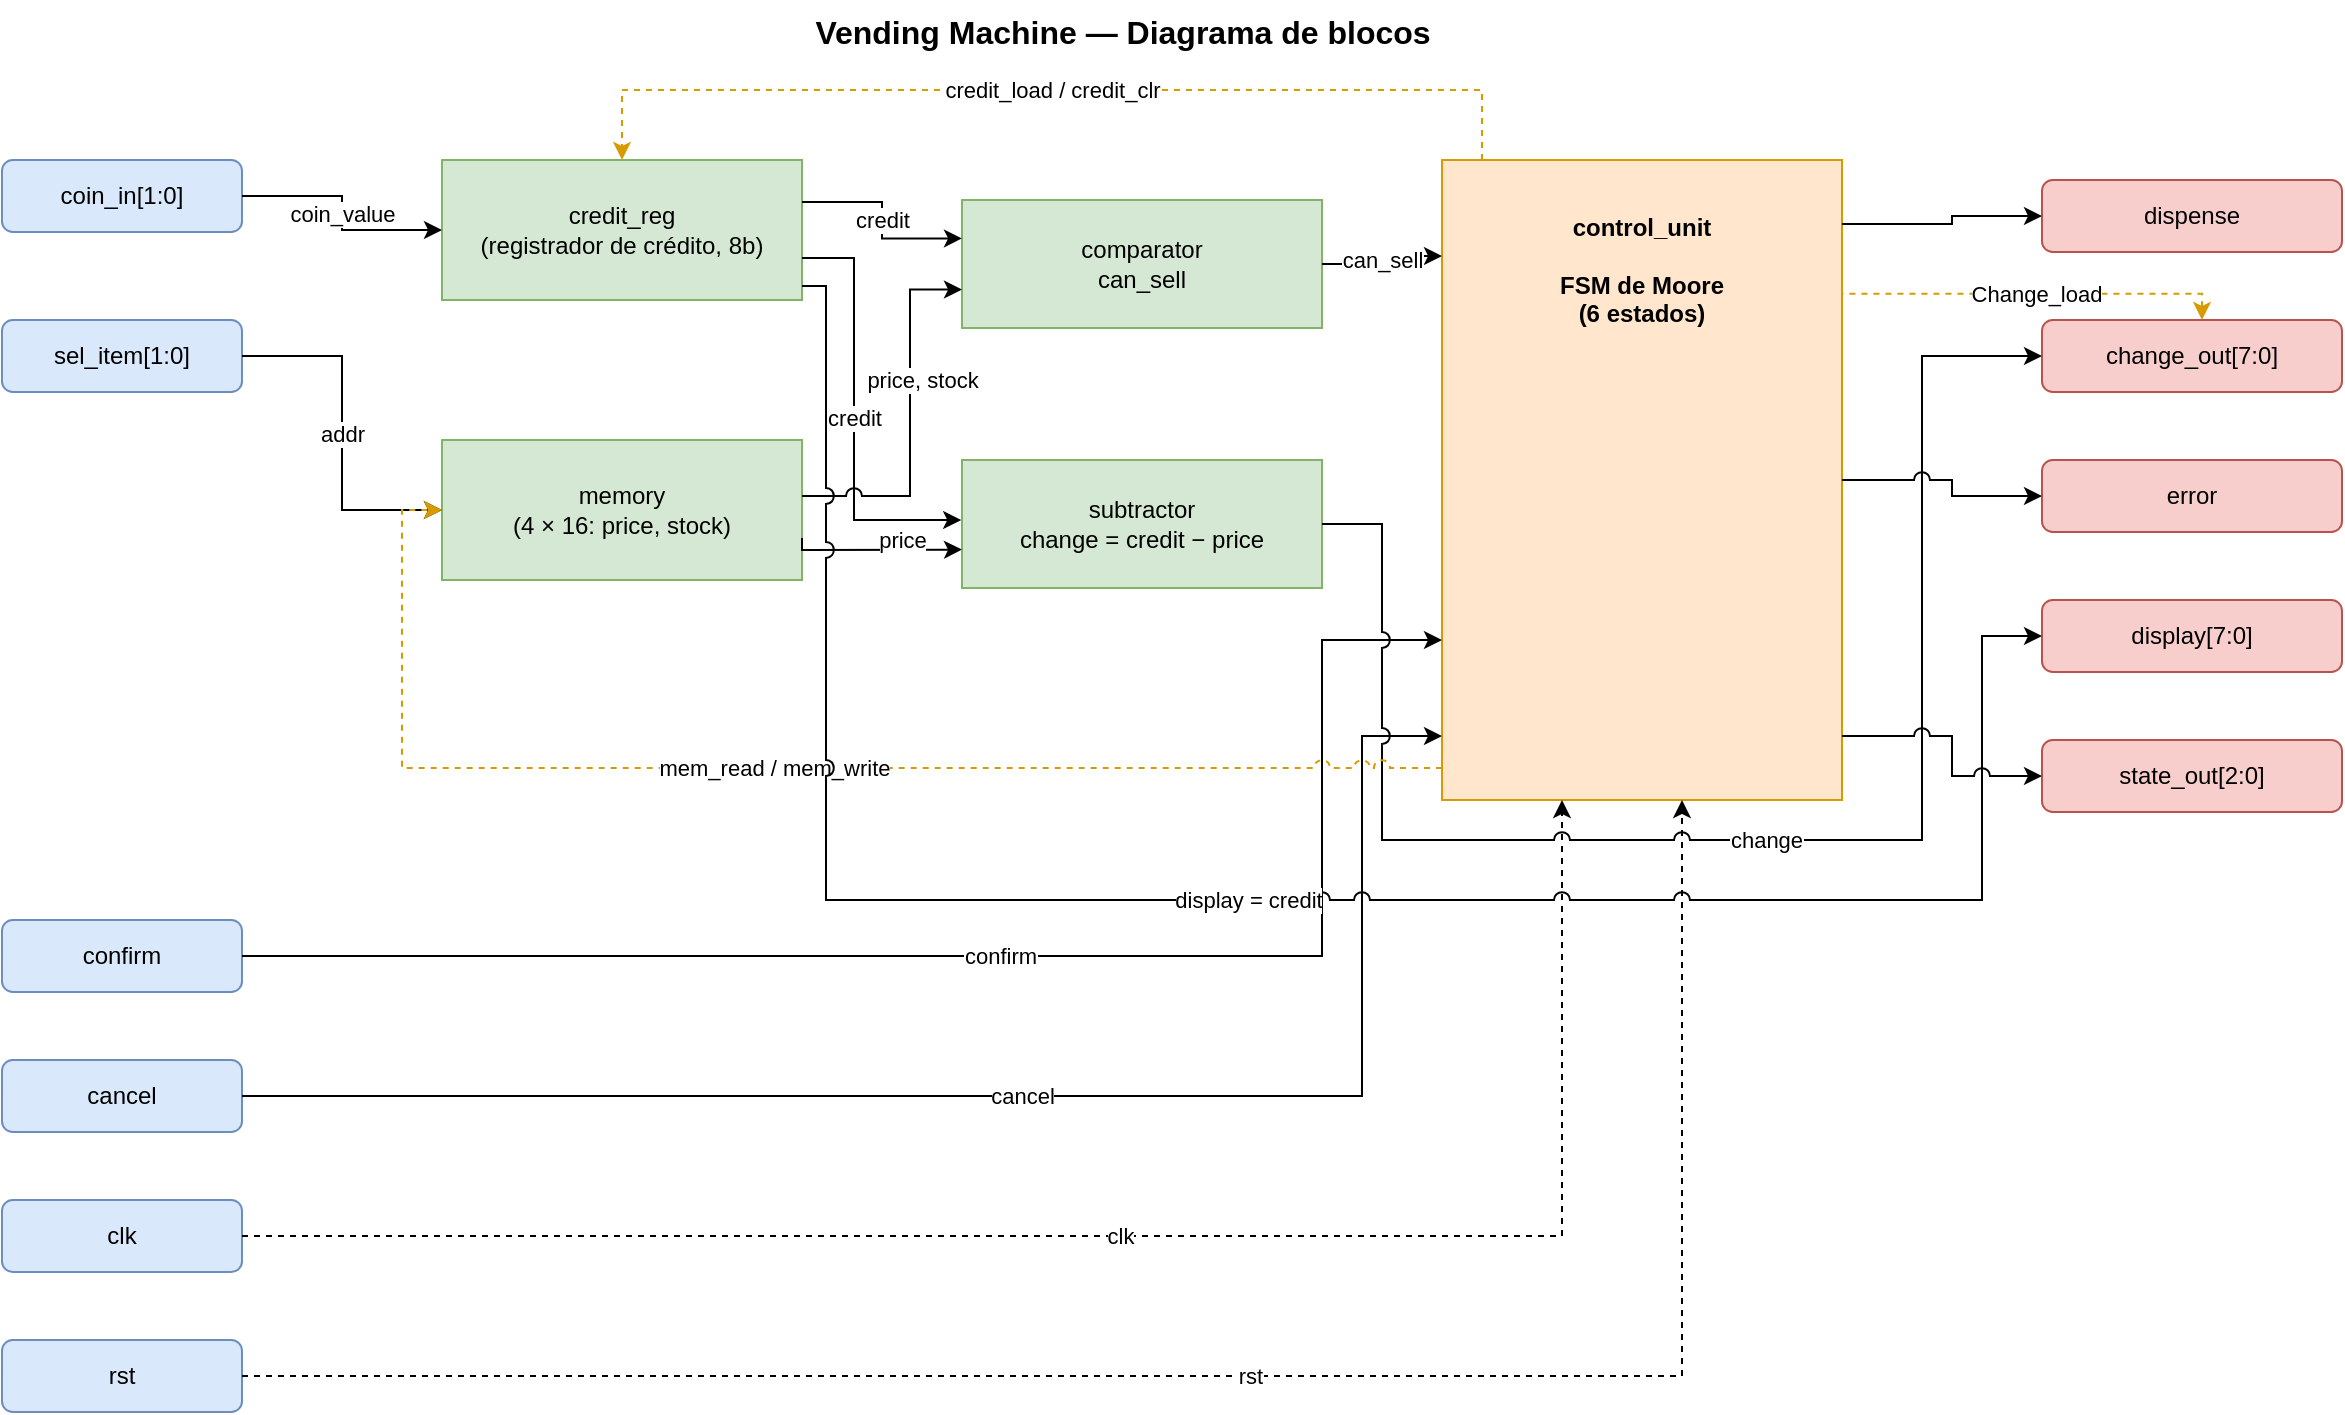
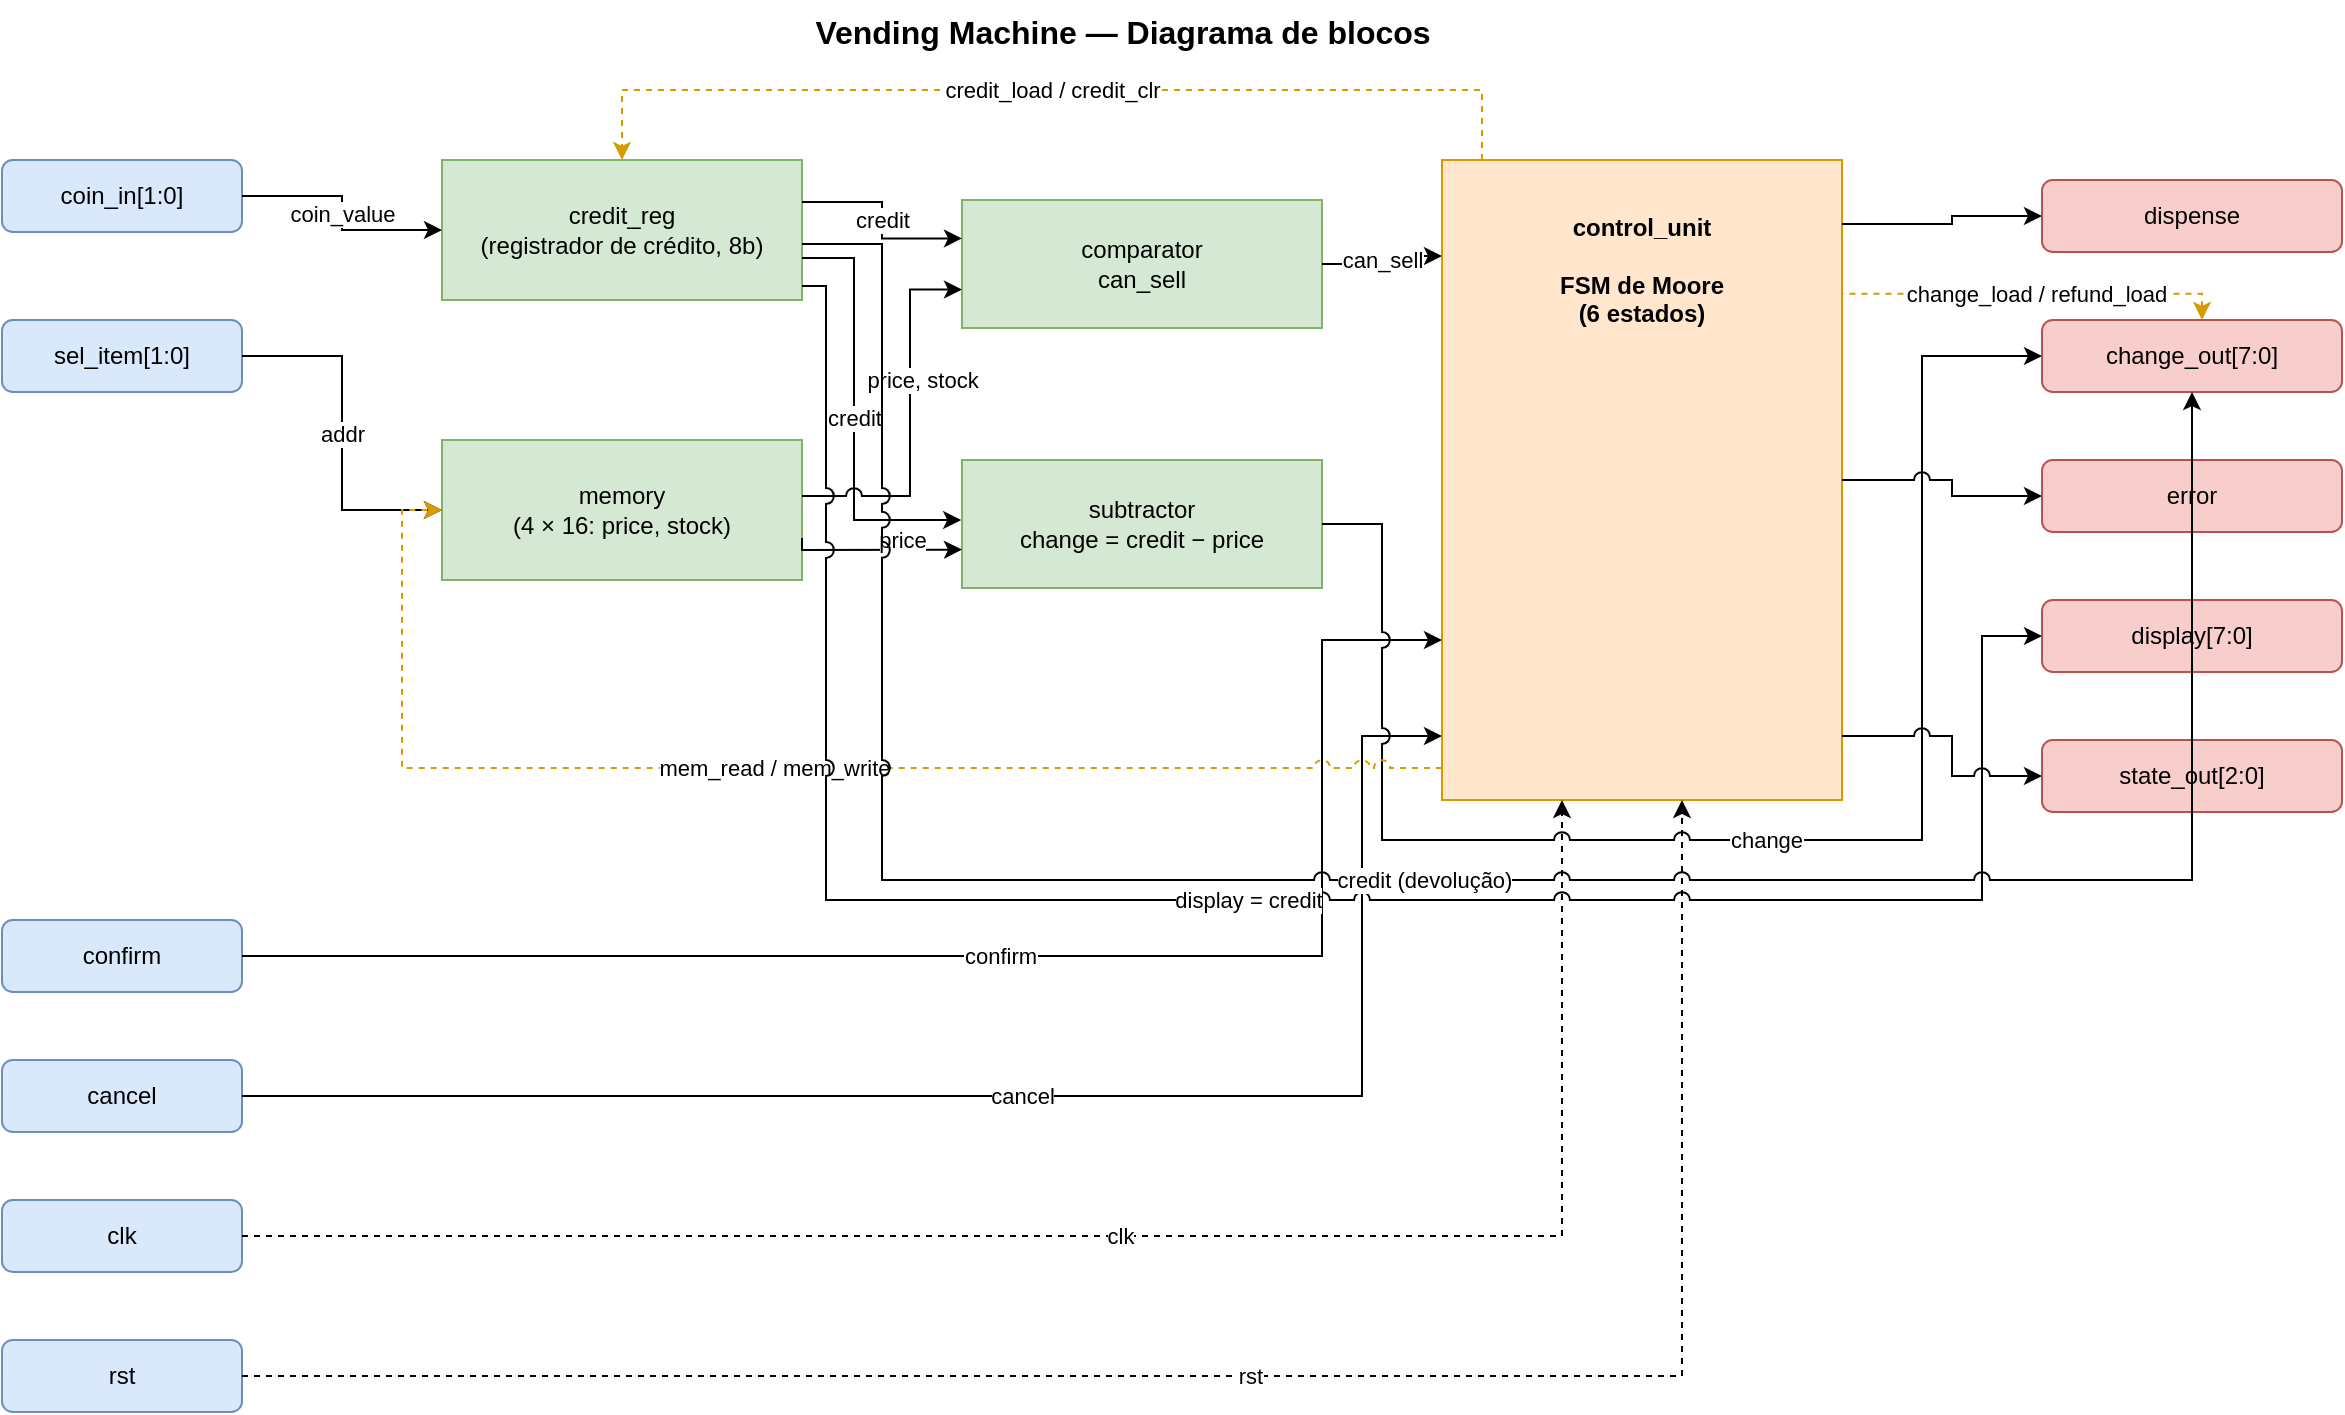
<mxfile host="app.diagrams.net">
  <diagram name="Diagrama de blocos" id="blocos-vending">
    <mxGraphModel dx="1884" dy="799" grid="1" gridSize="10" guides="1" tooltips="1" connect="1" arrows="1" fold="1" page="1" pageScale="1" pageWidth="1300" pageHeight="760" math="0" shadow="0">
      <root>
        <mxCell id="0" />
        <mxCell id="1" parent="0" />
        <mxCell id="title" parent="1" style="text;html=1;align=center;fontStyle=1;fontSize=16;" value="Vending Machine — Diagrama de blocos" vertex="1">
          <mxGeometry height="30" width="440" x="380" y="10" as="geometry" />
        </mxCell>
        <mxCell id="in_coin" parent="1" style="rounded=1;whiteSpace=wrap;html=1;fillColor=#dae8fc;strokeColor=#6c8ebf;" value="coin_in[1:0]" vertex="1">
          <mxGeometry height="36" width="120" x="40" y="90" as="geometry" />
        </mxCell>
        <mxCell id="in_sel" parent="1" style="rounded=1;whiteSpace=wrap;html=1;fillColor=#dae8fc;strokeColor=#6c8ebf;" value="sel_item[1:0]" vertex="1">
          <mxGeometry height="36" width="120" x="40" y="170" as="geometry" />
        </mxCell>
        <mxCell id="in_confirm" parent="1" style="rounded=1;whiteSpace=wrap;html=1;fillColor=#dae8fc;strokeColor=#6c8ebf;" value="confirm" vertex="1">
          <mxGeometry height="36" width="120" x="40" y="470" as="geometry" />
        </mxCell>
        <mxCell id="in_cancel" parent="1" style="rounded=1;whiteSpace=wrap;html=1;fillColor=#dae8fc;strokeColor=#6c8ebf;" value="cancel" vertex="1">
          <mxGeometry height="36" width="120" x="40" y="540" as="geometry" />
        </mxCell>
        <mxCell id="in_clk" parent="1" style="rounded=1;whiteSpace=wrap;html=1;fillColor=#dae8fc;strokeColor=#6c8ebf;" value="clk" vertex="1">
          <mxGeometry height="36" width="120" x="40" y="610" as="geometry" />
        </mxCell>
        <mxCell id="in_rst" parent="1" style="rounded=1;whiteSpace=wrap;html=1;fillColor=#dae8fc;strokeColor=#6c8ebf;" value="rst" vertex="1">
          <mxGeometry height="36" width="120" x="40" y="680" as="geometry" />
        </mxCell>
        <mxCell id="b_credit" parent="1" style="rounded=0;whiteSpace=wrap;html=1;fillColor=#d5e8d4;strokeColor=#82b366;" value="credit_reg&#xa;(registrador de crédito, 8b)" vertex="1">
          <mxGeometry height="70" width="180" x="260" y="90" as="geometry" />
        </mxCell>
        <mxCell id="b_mem" parent="1" style="rounded=0;whiteSpace=wrap;html=1;fillColor=#d5e8d4;strokeColor=#82b366;" value="memory&#xa;(4 × 16: price, stock)" vertex="1">
          <mxGeometry height="70" width="180" x="260" y="230" as="geometry" />
        </mxCell>
        <mxCell id="b_cmp" parent="1" style="rounded=0;whiteSpace=wrap;html=1;fillColor=#d5e8d4;strokeColor=#82b366;" value="comparator&#xa;can_sell" vertex="1">
          <mxGeometry height="64" width="180" x="520" y="110" as="geometry" />
        </mxCell>
        <mxCell id="b_sub" parent="1" style="rounded=0;whiteSpace=wrap;html=1;fillColor=#d5e8d4;strokeColor=#82b366;" value="subtractor&#xa;change = credit − price" vertex="1">
          <mxGeometry height="64" width="180" x="520" y="240" as="geometry" />
        </mxCell>
        <mxCell id="b_fsm" parent="1" style="rounded=0;whiteSpace=wrap;html=1;fillColor=#ffe6cc;strokeColor=#d79b00;fontStyle=1;verticalAlign=top;spacingTop=20;" value="control_unit&#xa;&#xa;FSM de Moore&#xa;(6 estados)" vertex="1">
          <mxGeometry height="320" width="200" x="760" y="90" as="geometry" />
        </mxCell>
        <mxCell id="out_disp" parent="1" style="rounded=1;whiteSpace=wrap;html=1;fillColor=#f8cecc;strokeColor=#b85450;" value="dispense" vertex="1">
          <mxGeometry height="36" width="150" x="1060" y="100" as="geometry" />
        </mxCell>
        <mxCell id="out_change" parent="1" style="rounded=1;whiteSpace=wrap;html=1;fillColor=#f8cecc;strokeColor=#b85450;" value="change_out[7:0]" vertex="1">
          <mxGeometry height="36" width="150" x="1060" y="170" as="geometry" />
        </mxCell>
        <mxCell id="out_err" parent="1" style="rounded=1;whiteSpace=wrap;html=1;fillColor=#f8cecc;strokeColor=#b85450;" value="error" vertex="1">
          <mxGeometry height="36" width="150" x="1060" y="240" as="geometry" />
        </mxCell>
        <mxCell id="out_display" parent="1" style="rounded=1;whiteSpace=wrap;html=1;fillColor=#f8cecc;strokeColor=#b85450;" value="display[7:0]" vertex="1">
          <mxGeometry height="36" width="150" x="1060" y="310" as="geometry" />
        </mxCell>
        <mxCell id="out_state" parent="1" style="rounded=1;whiteSpace=wrap;html=1;fillColor=#f8cecc;strokeColor=#b85450;" value="state_out[2:0]" vertex="1">
          <mxGeometry height="36" width="150" x="1060" y="380" as="geometry" />
        </mxCell>
        <mxCell id="e_coin" edge="1" parent="1" source="in_coin" style="edgeStyle=orthogonalEdgeStyle;rounded=0;html=1;jumpStyle=arc;jumpSize=8;exitX=1;exitY=0.5;entryX=0;entryY=0.5;" target="b_credit" value="coin_value">
          <mxGeometry relative="1" as="geometry">
            <Array as="points">
              <mxPoint x="210" y="108" />
              <mxPoint x="210" y="125" />
            </Array>
          </mxGeometry>
        </mxCell>
        <mxCell id="e_sel" edge="1" parent="1" source="in_sel" style="edgeStyle=orthogonalEdgeStyle;rounded=0;html=1;jumpStyle=arc;jumpSize=8;exitX=1;exitY=0.5;entryX=0;entryY=0.5;" target="b_mem" value="addr">
          <mxGeometry relative="1" as="geometry">
            <Array as="points">
              <mxPoint x="210" y="188" />
              <mxPoint x="210" y="265" />
            </Array>
          </mxGeometry>
        </mxCell>
        <mxCell id="e_confirm" edge="1" parent="1" source="in_confirm" style="edgeStyle=orthogonalEdgeStyle;rounded=0;html=1;jumpStyle=arc;jumpSize=8;exitX=1;exitY=0.5;entryX=0;entryY=0.75;" target="b_fsm" value="confirm">
          <mxGeometry relative="1" as="geometry">
            <Array as="points">
              <mxPoint x="700" y="488" />
              <mxPoint x="700" y="330" />
            </Array>
          </mxGeometry>
        </mxCell>
        <mxCell id="e_cancel" edge="1" parent="1" source="in_cancel" style="edgeStyle=orthogonalEdgeStyle;rounded=0;html=1;jumpStyle=arc;jumpSize=8;exitX=1;exitY=0.5;entryX=0;entryY=0.9;" target="b_fsm" value="cancel">
          <mxGeometry relative="1" as="geometry">
            <Array as="points">
              <mxPoint x="720" y="558" />
              <mxPoint x="720" y="378" />
            </Array>
          </mxGeometry>
        </mxCell>
        <mxCell id="e_clk" edge="1" parent="1" source="in_clk" style="edgeStyle=orthogonalEdgeStyle;rounded=0;html=1;jumpStyle=arc;jumpSize=8;dashed=1;exitX=1;exitY=0.5;entryX=0.3;entryY=1;" target="b_fsm" value="clk">
          <mxGeometry relative="1" as="geometry">
            <Array as="points">
              <mxPoint x="820" y="628" />
            </Array>
          </mxGeometry>
        </mxCell>
        <mxCell id="e_rst" edge="1" parent="1" source="in_rst" style="edgeStyle=orthogonalEdgeStyle;rounded=0;html=1;jumpStyle=arc;jumpSize=8;dashed=1;exitX=1;exitY=0.5;entryX=0.6;entryY=1;" target="b_fsm" value="rst">
          <mxGeometry relative="1" as="geometry">
            <Array as="points">
              <mxPoint x="880" y="698" />
            </Array>
          </mxGeometry>
        </mxCell>
        <mxCell id="e_credit_cmp" edge="1" parent="1" source="b_credit" style="edgeStyle=orthogonalEdgeStyle;rounded=0;html=1;jumpStyle=arc;jumpSize=8;exitX=1;exitY=0.3;entryX=0;entryY=0.3;" target="b_cmp" value="credit">
          <mxGeometry relative="1" as="geometry">
            <Array as="points">
              <mxPoint x="480" y="111" />
              <mxPoint x="480" y="129" />
            </Array>
          </mxGeometry>
        </mxCell>
        <mxCell id="e_credit_sub" edge="1" parent="1" source="b_credit" style="edgeStyle=orthogonalEdgeStyle;rounded=0;html=1;jumpStyle=arc;jumpSize=8;exitX=1;exitY=0.7;entryX=-0.002;entryY=0.463;entryDx=0;entryDy=0;entryPerimeter=0;" target="b_sub" value="credit">
          <mxGeometry relative="1" as="geometry">
            <Array as="points">
              <mxPoint x="466" y="139" />
              <mxPoint x="466" y="270" />
              <mxPoint x="520" y="270" />
            </Array>
          </mxGeometry>
        </mxCell>
        <mxCell id="e_mem_cmp" edge="1" parent="1" source="b_mem" style="edgeStyle=orthogonalEdgeStyle;rounded=0;html=1;jumpStyle=arc;jumpSize=8;exitX=1;exitY=0.4;entryX=0;entryY=0.7;" target="b_cmp" value="price, stock">
          <mxGeometry relative="1" x="0.2227" y="-6" as="geometry">
            <mxPoint as="offset" />
            <Array as="points">
              <mxPoint x="494" y="258" />
              <mxPoint x="494" y="155" />
            </Array>
          </mxGeometry>
        </mxCell>
        <mxCell id="e_mem_sub" edge="1" parent="1" source="b_mem" style="edgeStyle=orthogonalEdgeStyle;rounded=0;html=1;jumpStyle=arc;jumpSize=8;exitX=1;exitY=0.7;entryX=0;entryY=0.7;" target="b_sub" value="price">
          <mxGeometry relative="1" x="0.3023" y="5" as="geometry">
            <mxPoint as="offset" />
            <Array as="points">
              <mxPoint x="440" y="285" />
              <mxPoint x="505" y="285" />
            </Array>
          </mxGeometry>
        </mxCell>
        <mxCell id="e_cmp_fsm" edge="1" parent="1" source="b_cmp" style="edgeStyle=orthogonalEdgeStyle;rounded=0;html=1;jumpStyle=arc;jumpSize=8;exitX=1;exitY=0.5;entryX=0;entryY=0.15;" target="b_fsm" value="can_sell">
          <mxGeometry relative="1" as="geometry">
            <Array as="points">
              <mxPoint x="730" y="142" />
              <mxPoint x="730" y="138" />
            </Array>
          </mxGeometry>
        </mxCell>
        <mxCell id="e_sub_change" edge="1" parent="1" source="b_sub" style="edgeStyle=orthogonalEdgeStyle;rounded=0;html=1;jumpStyle=arc;jumpSize=8;exitX=1;exitY=0.5;entryX=0;entryY=0.5;" target="out_change" value="change">
          <mxGeometry relative="1" as="geometry">
            <Array as="points">
              <mxPoint x="730" y="272" />
              <mxPoint x="730" y="430" />
              <mxPoint x="1000" y="430" />
              <mxPoint x="1000" y="188" />
            </Array>
          </mxGeometry>
        </mxCell>
        <mxCell id="e_fb_credit" edge="1" parent="1" source="b_fsm" style="edgeStyle=orthogonalEdgeStyle;rounded=0;html=1;jumpStyle=arc;jumpSize=8;dashed=1;strokeColor=#d79b00;exitX=0.1;exitY=0;entryX=0.5;entryY=0;" target="b_credit" value="credit_load / credit_clr">
          <mxGeometry relative="1" as="geometry">
            <Array as="points">
              <mxPoint x="780" y="55" />
              <mxPoint x="350" y="55" />
            </Array>
          </mxGeometry>
        </mxCell>
        <mxCell id="e_fb_mem" edge="1" parent="1" source="b_fsm" style="edgeStyle=orthogonalEdgeStyle;rounded=0;html=1;jumpStyle=arc;jumpSize=8;dashed=1;strokeColor=#d79b00;exitX=0;exitY=0.95;entryX=0;entryY=0.5;" target="b_mem" value="mem_read / mem_write">
          <mxGeometry relative="1" as="geometry">
            <Array as="points">
              <mxPoint x="240" y="394" />
              <mxPoint x="240" y="265" />
            </Array>
          </mxGeometry>
        </mxCell>
        <mxCell id="e_credit_display" edge="1" parent="1" source="b_credit" style="edgeStyle=orthogonalEdgeStyle;rounded=0;html=1;jumpStyle=arc;jumpSize=8;exitX=1;exitY=0.9;entryX=0;entryY=0.5;" target="out_display" value="display = credit">
          <mxGeometry relative="1" as="geometry">
            <Array as="points">
              <mxPoint x="452" y="153" />
              <mxPoint x="452" y="460" />
              <mxPoint x="1030" y="460" />
              <mxPoint x="1030" y="328" />
            </Array>
          </mxGeometry>
        </mxCell>
        <mxCell id="e_disp" edge="1" parent="1" source="b_fsm" style="edgeStyle=orthogonalEdgeStyle;rounded=0;html=1;jumpStyle=arc;jumpSize=8;exitX=1;exitY=0.1;entryX=0;entryY=0.5;" target="out_disp" value="">
          <mxGeometry relative="1" as="geometry">
            <Array as="points">
              <mxPoint x="1015" y="122" />
              <mxPoint x="1015" y="118" />
            </Array>
          </mxGeometry>
        </mxCell>
        <mxCell id="e_err" edge="1" parent="1" source="b_fsm" style="edgeStyle=orthogonalEdgeStyle;rounded=0;html=1;jumpStyle=arc;jumpSize=8;exitX=1;exitY=0.5;entryX=0;entryY=0.5;" target="out_err" value="">
          <mxGeometry relative="1" as="geometry">
            <Array as="points">
              <mxPoint x="1015" y="250" />
              <mxPoint x="1015" y="258" />
            </Array>
          </mxGeometry>
        </mxCell>
        <mxCell id="e_state" edge="1" parent="1" source="b_fsm" style="edgeStyle=orthogonalEdgeStyle;rounded=0;html=1;jumpStyle=arc;jumpSize=8;exitX=1;exitY=0.9;entryX=0;entryY=0.5;" target="out_state" value="">
          <mxGeometry relative="1" as="geometry">
            <Array as="points">
              <mxPoint x="1015" y="378" />
              <mxPoint x="1015" y="398" />
            </Array>
          </mxGeometry>
        </mxCell>
-         <mxCell id="IMX0jZzgxmzRY_LfHRYm-20" edge="1" parent="1" style="edgeStyle=orthogonalEdgeStyle;rounded=0;html=1;jumpStyle=arc;jumpSize=8;dashed=1;strokeColor=#d79b00;entryX=0.999;entryY=0.209;entryDx=0;entryDy=0;entryPerimeter=0;startArrow=classic;startFill=1;endArrow=none;endFill=0;" target="b_fsm" value="Change_load">
+         <mxCell id="IMX0jZzgxmzRY_LfHRYm-20" edge="1" parent="1" style="edgeStyle=orthogonalEdgeStyle;rounded=0;html=1;jumpStyle=arc;jumpSize=8;dashed=1;strokeColor=#d79b00;entryX=0.999;entryY=0.209;entryDx=0;entryDy=0;entryPerimeter=0;startArrow=classic;startFill=1;endArrow=none;endFill=0;" target="b_fsm" value="change_load / refund_load">
          <mxGeometry relative="1" as="geometry">
            <Array as="points">
              <mxPoint x="1140" y="170" />
              <mxPoint x="1140" y="157" />
            </Array>
            <mxPoint x="1140" y="170" as="sourcePoint" />
            <mxPoint x="770" y="95" as="targetPoint" />
+           </mxGeometry>
+         </mxCell>
+         <mxCell id="e_credit_change" edge="1" parent="1" source="b_credit" style="edgeStyle=orthogonalEdgeStyle;rounded=0;html=1;jumpStyle=arc;jumpSize=8;exitX=1;exitY=0.6;entryX=0.5;entryY=1;" target="out_change" value="credit (devolução)">
+           <mxGeometry relative="1" as="geometry">
+             <Array as="points">
+               <mxPoint x="480" y="132" />
+               <mxPoint x="480" y="450" />
+               <mxPoint x="1135" y="450" />
+             </Array>
          </mxGeometry>
        </mxCell>
      </root>
    </mxGraphModel>
  </diagram>
</mxfile>
